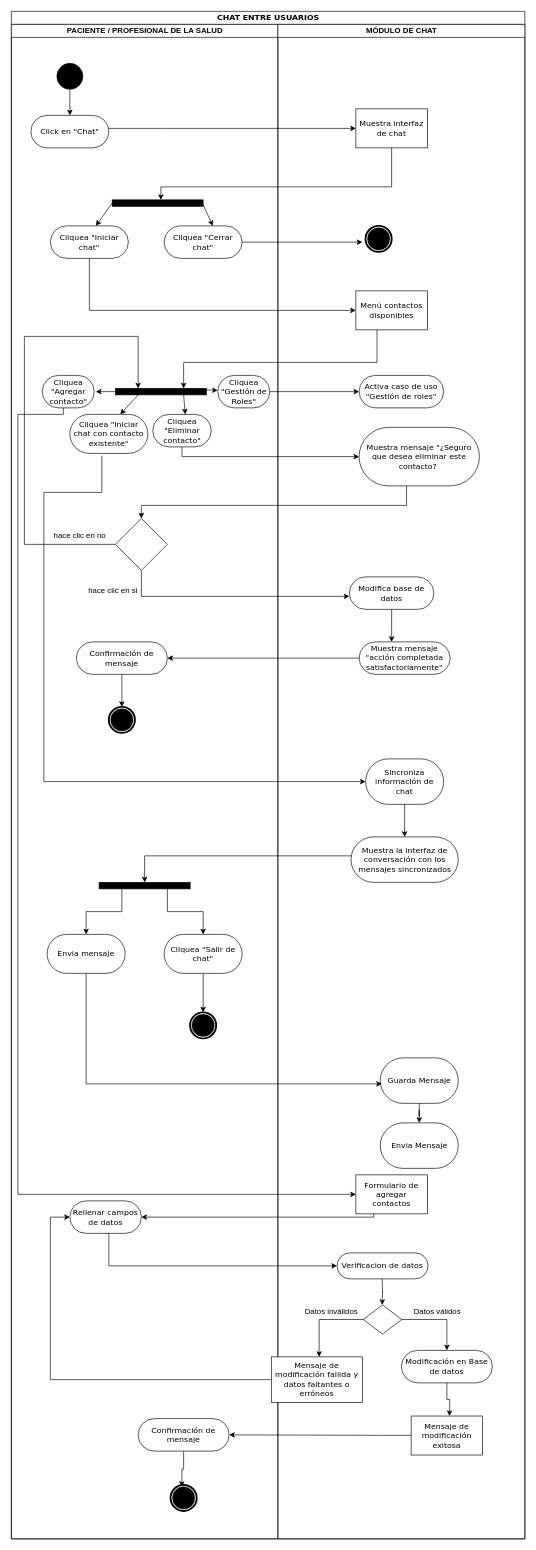
This is MET/Chat ladillita.drawio from NeutronBlast/IS-Ex, a draw.io file, before an edit. Source tidied: cells renumbered, new cells numbered last; positions are measured from the earlier drawing's top-left corner, leaving out a move shared by most shapes. Both pictures are drawn from the tidied source at 65%, with x=0, y=0 at pixel (11, 11).
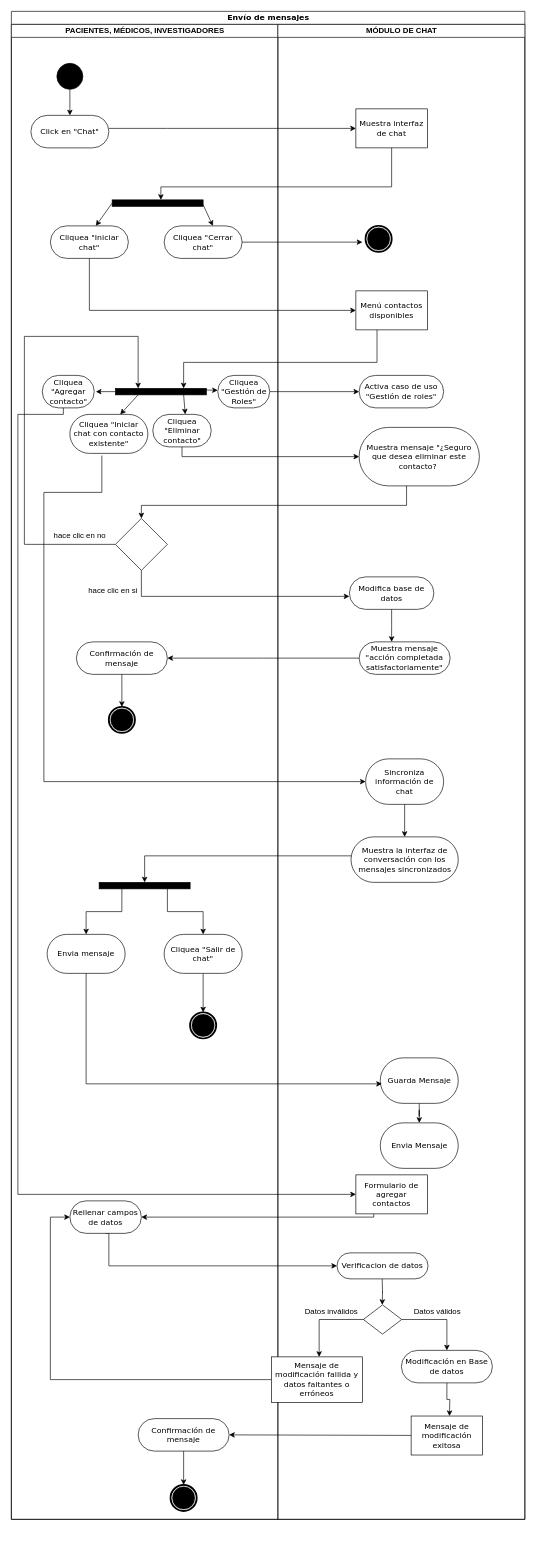
Above is the later version.

The change refers to these unchanged cells:
```xml
<mxCell id="38" style="shape=mxgraph.bpmn.shape;html=1;verticalLabelPosition=bottom;labelBackgroundColor=#ffffff;verticalAlign=top;perimeter=ellipsePerimeter;outline=end;symbol=terminate;rounded=0;shadow=0;comic=0;strokeWidth=1;fontFamily=Verdana;fontSize=12;align=center;" parent="33" vertex="1">
  <mxGeometry x="-165" y="2247" width="40" height="40" as="geometry" />
</mxCell>
<mxCell id="39" value="Confirmación de mensaje" style="rounded=1;whiteSpace=wrap;html=1;shadow=0;comic=0;labelBackgroundColor=none;strokeWidth=1;fontFamily=Verdana;fontSize=12;align=center;arcSize=50;" parent="33" vertex="1">
  <mxGeometry x="-215" y="2145" width="140" height="50" as="geometry" />
</mxCell>
```

Change to the diagram source:
```diff
@@
-    <mxCell id="2" value="CHAT ENTRE USUARIOS" style="swimlane;html=1;startSize=20;rounded=0;shadow=0;comic=0;labelBackgroundColor=none;strokeWidth=1;fontFamily=Verdana;fontSize=12;align=center;" parent="1" vertex="1">
-      <mxGeometry width="790" height="2350" as="geometry" />
+    <mxCell id="2" value="Envío de mensajes" style="swimlane;html=1;startSize=20;rounded=0;shadow=0;comic=0;labelBackgroundColor=none;strokeWidth=1;fontFamily=Verdana;fontSize=12;align=center;" parent="1" vertex="1">
+      <mxGeometry width="790" height="2320" as="geometry" />
     </mxCell>
@@
-    <mxCell id="4" value="PACIENTE / PROFESIONAL DE LA SALUD" style="swimlane;html=1;startSize=20;" parent="2" vertex="1">
-      <mxGeometry y="20" width="410" height="2330" as="geometry" />
+    <mxCell id="4" value="PACIENTES, MÉDICOS, INVESTIGADORES" style="swimlane;html=1;startSize=20;" parent="2" vertex="1">
+      <mxGeometry y="20" width="410" height="2300" as="geometry" />
     </mxCell>
@@
-    <mxCell id="15" style="edgeStyle=orthogonalEdgeStyle;rounded=0;jettySize=auto;html=1;entryX=0.5;entryY=0;entryDx=0;entryDy=0;exitX=0.5;exitY=1;exitDx=0;exitDy=0;" parent="4" edge="1" source="39">
-      <mxGeometry relative="1" as="geometry">
-        <mxPoint x="262" y="2250" as="targetPoint" />
-      </mxGeometry>
-    </mxCell>
@@
     <mxCell id="33" value="MÓDULO DE CHAT" style="swimlane;html=1;startSize=20;" parent="2" vertex="1">
-      <mxGeometry x="410" y="20" width="380" height="2330" as="geometry" />
+      <mxGeometry x="410" y="20" width="380" height="2300" as="geometry" />
     </mxCell>
@@
+    <mxCell id="15" style="edgeStyle=orthogonalEdgeStyle;rounded=0;jettySize=auto;html=1;exitX=0.5;exitY=1;exitDx=0;exitDy=0;" parent="33" edge="1" source="39" target="38">
+      <mxGeometry relative="1" as="geometry" />
+    </mxCell>
```
